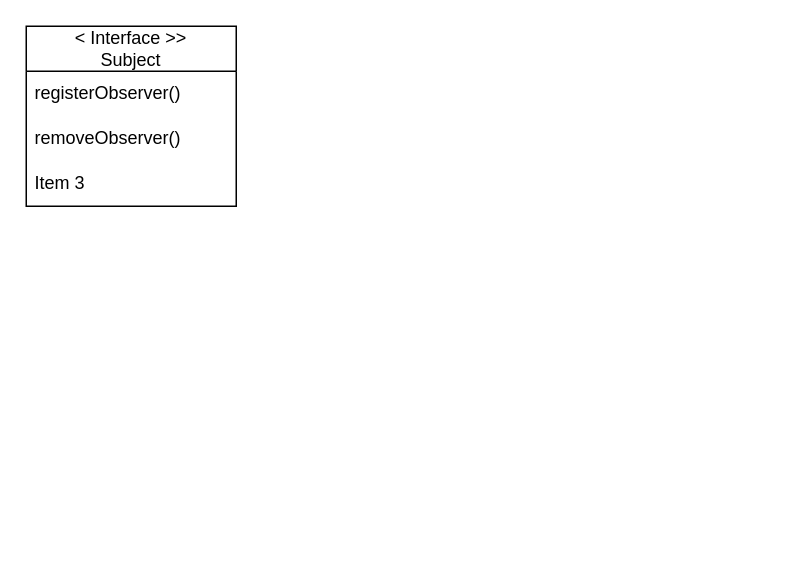
Earlier version of the draw.io diagram 제목 없는 다이어그램.drawio (Ohsaam/umlDiagram). Source tidied: cells renumbered, new cells numbered last; positions are measured from the earlier drawing's top-left corner, leaving out a move shared by most shapes. Both pictures are drawn from the tidied source at 150%, with x=0, y=0 at pixel (26, 26).
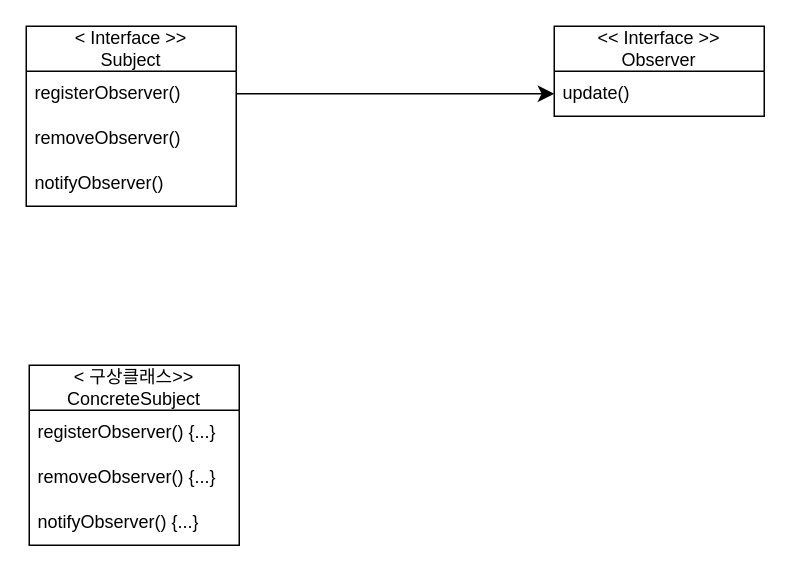
Above is the later version.

Commit message (it also covers changes not shown here):
제목 없는 다이어그램.drawio 업데이트

Change to the diagram source:
```diff
@@
 <mxGraphModel>
   <root>
     <mxCell id="0" />
     <mxCell id="1" parent="0" />
     <mxCell id="2" value="&lt;div&gt;&amp;lt; Interface &amp;gt;&amp;gt;&lt;/div&gt;Subject" style="swimlane;fontStyle=0;horizontal=1;startSize=30;whiteSpace=wrap;html=1;" parent="1" vertex="1">
       <mxGeometry width="140" height="120" as="geometry" />
     </mxCell>
     <mxCell id="3" value="registerObserver()" style="text;strokeColor=none;fillColor=none;align=left;verticalAlign=middle;spacingLeft=4;spacingRight=4;overflow=hidden;points=[[0,0.5],[1,0.5]];portConstraint=eastwest;whiteSpace=wrap;html=1;" parent="2" vertex="1">
       <mxGeometry y="30" width="140" height="30" as="geometry" />
     </mxCell>
     <mxCell id="4" value="removeObserver()" style="text;strokeColor=none;fillColor=none;align=left;verticalAlign=middle;spacingLeft=4;spacingRight=4;overflow=hidden;whiteSpace=wrap;html=1;" parent="2" vertex="1">
       <mxGeometry y="60" width="140" height="30" as="geometry" />
     </mxCell>
-    <mxCell id="5" value="Item 3" style="text;strokeColor=none;fillColor=none;align=left;verticalAlign=middle;spacingLeft=4;spacingRight=4;overflow=hidden;whiteSpace=wrap;html=1;" parent="2" vertex="1">
+    <mxCell id="5" value="notifyObserver()" style="text;strokeColor=none;fillColor=none;align=left;verticalAlign=middle;spacingLeft=4;spacingRight=4;overflow=hidden;whiteSpace=wrap;html=1;" parent="2" vertex="1">
       <mxGeometry y="90" width="140" height="30" as="geometry" />
     </mxCell>
+    <mxCell id="6" value="&lt;div&gt;&amp;lt;&amp;lt; Interface &amp;gt;&amp;gt;&lt;/div&gt;Observer" style="swimlane;fontStyle=0;horizontal=1;startSize=30;whiteSpace=wrap;html=1;" parent="1" vertex="1">
+      <mxGeometry x="352" width="140" height="60" as="geometry" />
+    </mxCell>
+    <mxCell id="7" value="update()" style="text;strokeColor=none;fillColor=none;align=left;verticalAlign=middle;spacingLeft=4;spacingRight=4;overflow=hidden;points=[[0,0.5],[1,0.5]];portConstraint=eastwest;whiteSpace=wrap;html=1;" parent="6" vertex="1">
+      <mxGeometry y="30" width="140" height="30" as="geometry" />
+    </mxCell>
+    <mxCell id="8" style="edgeStyle=none;curved=1;rounded=0;jettySize=auto;html=1;entryX=0;entryY=0.5;entryDx=0;entryDy=0;fontSize=12;startSize=8;endSize=8;" parent="1" edge="1" source="3" target="7">
+      <mxGeometry relative="1" as="geometry" />
+    </mxCell>
+    <mxCell id="9" value="&lt;div&gt;&amp;lt; 구상클래스&amp;gt;&amp;gt;&lt;/div&gt;ConcreteSubject" style="swimlane;fontStyle=0;horizontal=1;startSize=30;whiteSpace=wrap;html=1;" parent="1" vertex="1">
+      <mxGeometry x="2" y="226" width="140" height="120" as="geometry" />
+    </mxCell>
+    <mxCell id="10" value="registerObserver() {...}" style="text;strokeColor=none;fillColor=none;align=left;verticalAlign=middle;spacingLeft=4;spacingRight=4;overflow=hidden;whiteSpace=wrap;html=1;" parent="9" vertex="1">
+      <mxGeometry y="30" width="140" height="30" as="geometry" />
+    </mxCell>
+    <mxCell id="11" value="removeObserver() {...}" style="text;strokeColor=none;fillColor=none;align=left;verticalAlign=middle;spacingLeft=4;spacingRight=4;overflow=hidden;whiteSpace=wrap;html=1;" parent="9" vertex="1">
+      <mxGeometry y="60" width="140" height="30" as="geometry" />
+    </mxCell>
+    <mxCell id="12" value="notifyObserver() {...}" style="text;strokeColor=none;fillColor=none;align=left;verticalAlign=middle;spacingLeft=4;spacingRight=4;overflow=hidden;whiteSpace=wrap;html=1;" parent="9" vertex="1">
+      <mxGeometry y="90" width="140" height="30" as="geometry" />
+    </mxCell>
   </root>
 </mxGraphModel>
```
